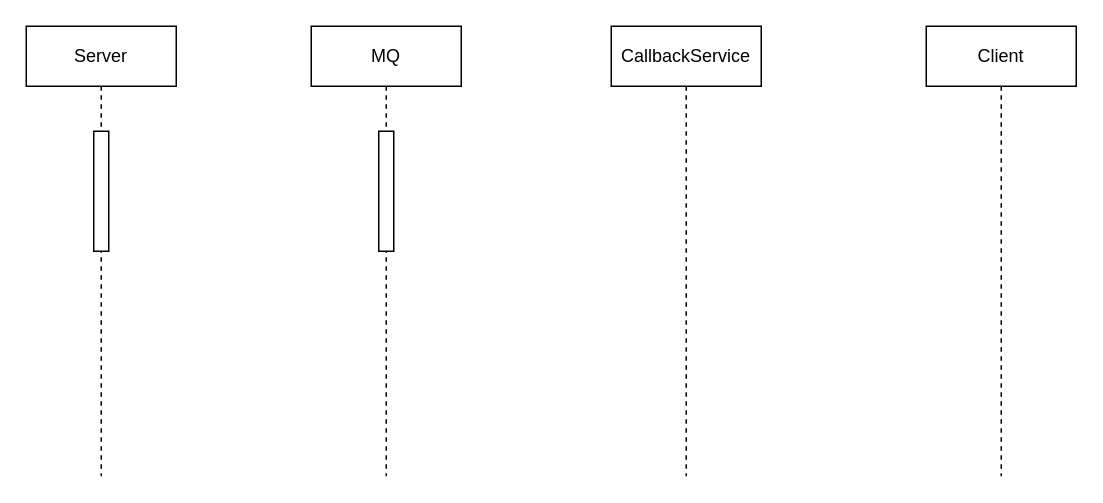
HousionQ/draw keeps this draw.io diagram as CallbackService.drawio. Above is the earlier version. Source tidied: cells renumbered, new cells numbered last; positions are measured from the earlier drawing's top-left corner, leaving out a move shared by most shapes. Both pictures are drawn from the tidied source at 150%, with x=0, y=0 at pixel (26, 26).
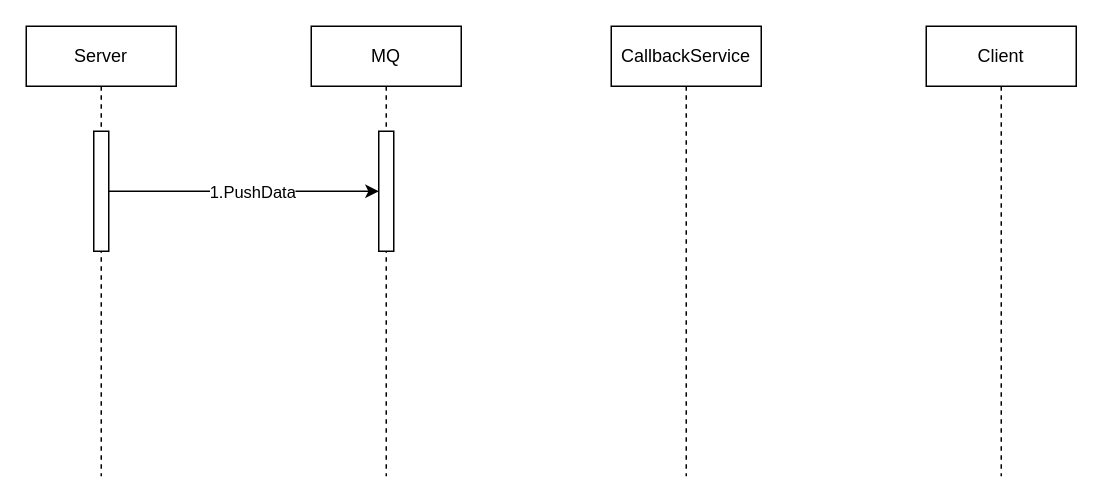
The same page after the edit.

The edit, as a diff of the source:
```diff
@@
 <mxGraphModel>
   <root>
     <mxCell id="0" />
     <mxCell id="1" parent="0" />
     <mxCell id="2" value="Server" style="shape=umlLifeline;perimeter=lifelinePerimeter;whiteSpace=wrap;html=1;" parent="1" vertex="1">
       <mxGeometry width="100" height="300" as="geometry" />
     </mxCell>
     <mxCell id="3" style="html=1;points=[];perimeter=orthogonalPerimeter;" parent="2" vertex="1">
       <mxGeometry x="45" y="70" width="10" height="80" as="geometry" />
     </mxCell>
     <mxCell id="4" value="MQ" style="shape=umlLifeline;perimeter=lifelinePerimeter;whiteSpace=wrap;html=1;" parent="1" vertex="1">
       <mxGeometry x="190" width="100" height="300" as="geometry" />
     </mxCell>
     <mxCell id="5" style="html=1;points=[];perimeter=orthogonalPerimeter;" parent="4" vertex="1">
       <mxGeometry x="45" y="70" width="10" height="80" as="geometry" />
     </mxCell>
     <mxCell id="6" value="CallbackService" style="shape=umlLifeline;perimeter=lifelinePerimeter;whiteSpace=wrap;html=1;" parent="1" vertex="1">
       <mxGeometry x="390" width="100" height="300" as="geometry" />
     </mxCell>
     <mxCell id="7" value="Client" style="shape=umlLifeline;perimeter=lifelinePerimeter;whiteSpace=wrap;html=1;" parent="1" vertex="1">
       <mxGeometry x="600" width="100" height="300" as="geometry" />
     </mxCell>
+    <mxCell id="8" style="edgeStyle=orthogonalEdgeStyle;rounded=0;jettySize=auto;html=1;" parent="1" edge="1" source="3" target="5">
+      <mxGeometry relative="1" as="geometry" />
+    </mxCell>
+    <mxCell id="9" value="1.PushData" style="edgeLabel;html=1;align=center;verticalAlign=middle;" parent="8" vertex="1">
+      <mxGeometry x="-0.21" y="1" relative="1" as="geometry">
+        <mxPoint x="24" y="1" as="offset" />
+      </mxGeometry>
+    </mxCell>
   </root>
 </mxGraphModel>
```
